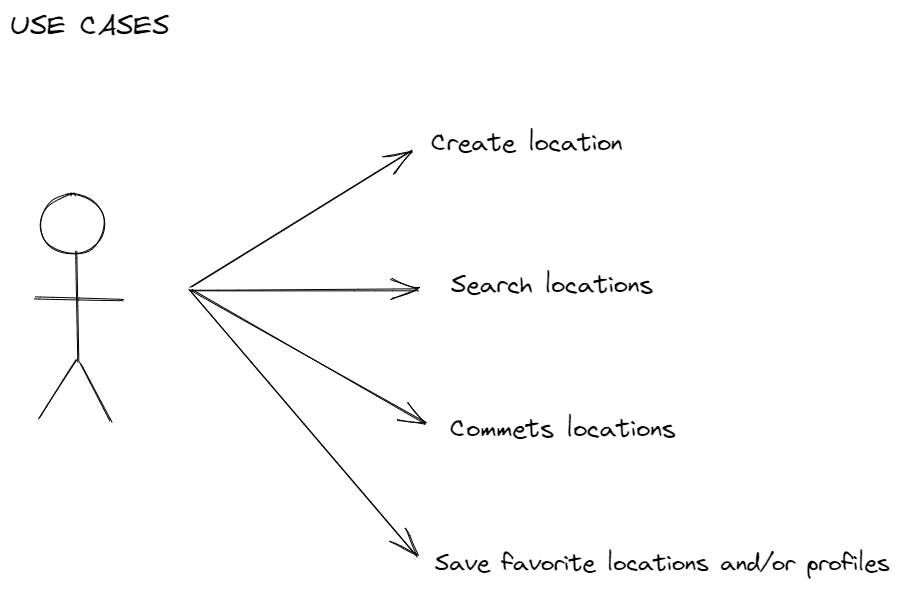
Above: staff/paula-rey/full-stack/final-project/docs/images/use-cases.png in b00tc4mp/neoland-bootcamp-202201 (Excalidraw), before the change. Source tidied: one line per element, renumbered; positions are measured from the earlier drawing's top-left corner, leaving out a move shared by most shapes.
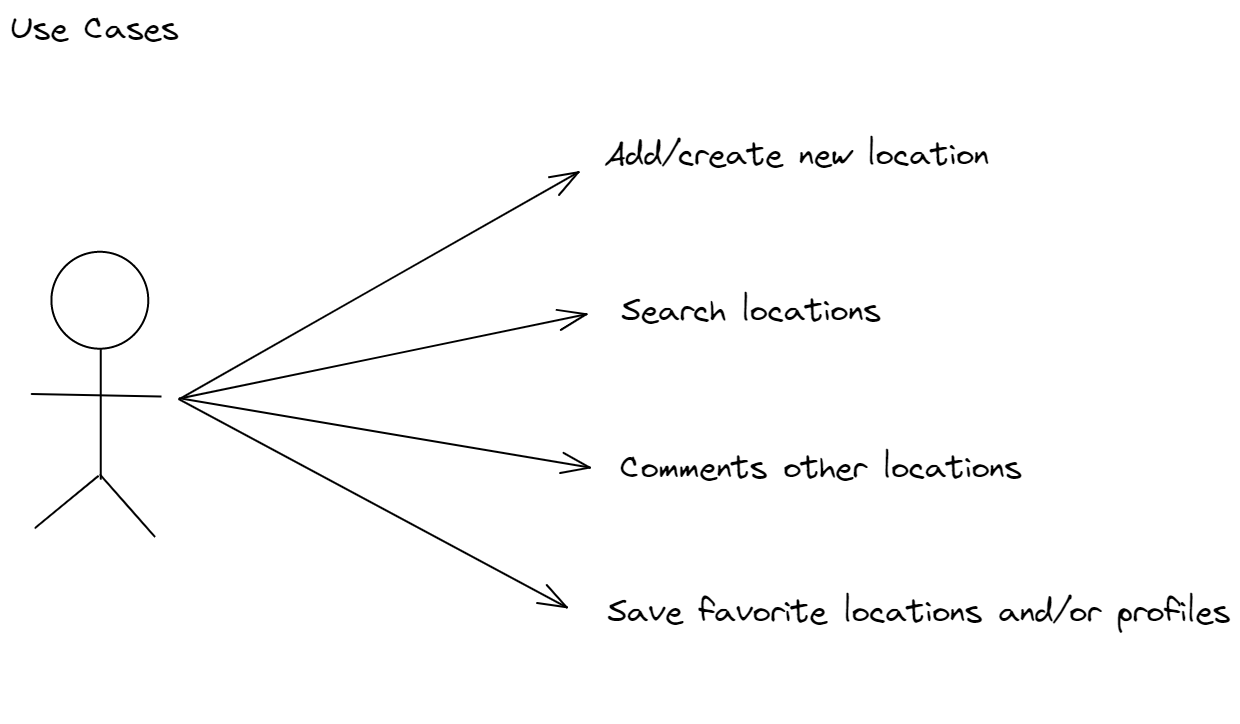
Above is the later version.

Commit message:
add images views, use-cases and flow-chart

Diff of the diagram source:
```diff
@@ -1,14 +1,14 @@
-{"id": 0, "type": "ellipse", "strokeColor": "#000000", "strokeWidth": 1, "roughness": 1, "x": 30, "y": 185, "width": 65, "height": 60}
-{"id": 1, "type": "line", "strokeColor": "#000000", "strokeWidth": 1, "roughness": 1, "x": 66, "y": 241, "width": 3, "height": 111, "points": [[0, 0], [3, 111]]}
-{"id": 2, "type": "line", "strokeColor": "#000000", "strokeWidth": 1, "roughness": 1, "x": 24, "y": 288, "width": 90, "height": 2, "points": [[0, 0], [90, 2]]}
-{"id": 3, "type": "line", "strokeColor": "#000000", "strokeWidth": 1, "roughness": 1, "x": 67, "y": 350, "width": 37, "height": 59, "points": [[0, 0], [-37, 59]]}
-{"id": 4, "type": "line", "strokeColor": "#000000", "strokeWidth": 1, "roughness": 1, "x": 70, "y": 352, "width": 31, "height": 59, "points": [[0, 0], [31, 59]]}
-{"id": 5, "type": "arrow", "strokeColor": "#000000", "strokeWidth": 1, "roughness": 1, "endArrowhead": "arrow", "x": 180, "y": 276, "width": 223, "height": 136, "points": [[0, 0], [223, -136]]}
-{"id": 6, "type": "arrow", "strokeColor": "#000000", "strokeWidth": 1, "roughness": 1, "endArrowhead": "arrow", "x": 180, "y": 280, "width": 229, "height": 1, "points": [[0, 0], [229, 1]]}
-{"id": 7, "type": "text", "text": "Create location", "strokeColor": "#000000", "strokeWidth": 1, "roughness": 1, "fontSize": 24.92, "fontFamily": 1, "x": 421, "y": 118, "width": 193, "height": 32}
+{"id": 14, "type": "ellipse", "strokeColor": "#000000", "strokeWidth": 2, "roughness": 0, "x": -61, "y": -985, "width": 97, "height": 97}
+{"id": 15, "type": "line", "strokeColor": "#000000", "strokeWidth": 2, "roughness": 0, "x": -11, "y": -887, "width": 0, "height": 129, "points": [[0, 0], [0, 129]]}
+{"id": 16, "type": "line", "strokeColor": "#000000", "strokeWidth": 2, "roughness": 0, "x": -80, "y": -842, "width": 129, "height": 2, "points": [[0, 0], [129, 2]]}
+{"id": 17, "type": "line", "strokeColor": "#000000", "strokeWidth": 2, "roughness": 0, "x": -14, "y": -760, "width": 63, "height": 52, "points": [[0, 0], [-63, 52]]}
+{"id": 18, "type": "line", "strokeColor": "#000000", "strokeWidth": 2, "roughness": 0, "x": -12, "y": -761, "width": 54, "height": 61, "points": [[0, 0], [54, 61]]}
+{"id": 19, "type": "arrow", "strokeColor": "#000000", "angle": 0.12, "strokeWidth": 2, "roughness": 0, "endArrowhead": "arrow", "x": 83, "y": -814, "width": 368, "height": 274, "points": [[0, 0], [368, -274]]}
+{"id": 20, "type": "arrow", "strokeColor": "#000000", "angle": 0.44, "strokeWidth": 2, "roughness": 0, "endArrowhead": "arrow", "x": 109, "y": -757, "width": 328, "height": 246, "points": [[0, 0], [328, -246]]}
+{"id": 21, "type": "arrow", "strokeColor": "#000000", "angle": 1.15, "strokeWidth": 2, "roughness": 0, "endArrowhead": "arrow", "x": 86, "y": -599, "width": 349, "height": 268, "points": [[0, 0], [349, -268]]}
+{"id": 22, "type": "arrow", "strokeColor": "#000000", "angle": 0.82, "strokeWidth": 2, "roughness": 0, "endArrowhead": "arrow", "x": 107, "y": -677, "width": 330, "height": 252, "points": [[0, 0], [330, -252]]}
+{"id": 23, "type": "text", "text": "Add/create new location", "strokeColor": "#000000", "strokeWidth": 2, "roughness": 0, "fontSize": 32.13, "fontFamily": 1, "x": 492, "y": -1100, "width": 386, "height": 40}
-{"id": 8, "type": "text", "text": "Search locations", "strokeColor": "#000000", "strokeWidth": 1, "roughness": 1, "fontSize": 25.0, "fontFamily": 1, "x": 441, "y": 260, "width": 203, "height": 33}
+{"id": 8, "type": "text", "text": "Search locations", "strokeColor": "#000000", "strokeWidth": 2, "roughness": 0, "fontSize": 32.13, "fontFamily": 1, "x": 509, "y": -945, "width": 260, "height": 40}
-{"id": 9, "type": "arrow", "strokeColor": "#000000", "strokeWidth": 1, "roughness": 1, "endArrowhead": "arrow", "x": 181, "y": 280, "width": 234, "height": 134, "points": [[0, 0], [234, 134]]}
-{"id": 10, "type": "text", "text": "Commets locations", "strokeColor": "#000000", "strokeWidth": 1, "roughness": 1, "fontSize": 25.21, "fontFamily": 1, "x": 440, "y": 403, "width": 227, "height": 33}
-{"id": 11, "type": "arrow", "strokeColor": "#000000", "strokeWidth": 1, "roughness": 1, "endArrowhead": "arrow", "x": 179, "y": 280, "width": 228, "height": 266, "points": [[0, 0], [228, 266]]}
+{"id": 24, "type": "text", "text": "Comments other locations", "strokeColor": "#000000", "strokeWidth": 2, "roughness": 0, "fontSize": 32.13, "fontFamily": 1, "x": 508, "y": -788, "width": 403, "height": 40}
-{"id": 12, "type": "text", "text": "Save favorite locations and/or profiles", "strokeColor": "#000000", "strokeWidth": 1, "roughness": 1, "fontSize": 23.46, "fontFamily": 1, "x": 425, "y": 540, "width": 456, "height": 29}
+{"id": 12, "type": "text", "text": "Save favorite locations and/or profiles\n\n ", "strokeColor": "#000000", "strokeWidth": 2, "roughness": 0, "fontSize": 32.13, "fontFamily": 1, "x": 495, "y": -644, "width": 623, "height": 122}
-{"id": 13, "type": "text", "text": "USE CASES", "strokeColor": "#000000", "strokeWidth": 1, "roughness": 1, "fontSize": 28, "fontFamily": 1, "x": 0, "y": 0, "width": 160, "height": 35}
+{"id": 25, "type": "text", "text": "Use Cases", "strokeColor": "#000000", "strokeWidth": 2, "roughness": 0, "fontSize": 32.13, "fontFamily": 1, "x": -102, "y": -1227, "width": 170, "height": 40}
```
